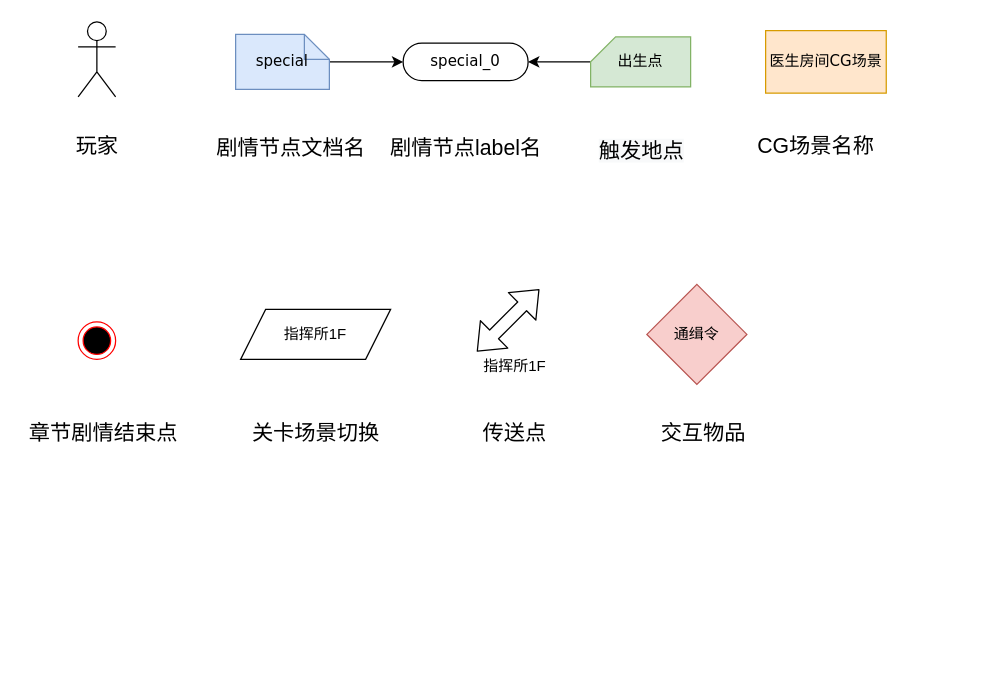
The draw.io diagram page "UML示例图" (1 of 3) of Tools/LevelDesignUML/LevelDesignExample .drawio in kwh3884858/Hippocampus, before the edit. Source tidied: cells renumbered, new cells numbered last; positions are measured from the earlier drawing's top-left corner, leaving out a move shared by most shapes. Both pictures are drawn from the tidied source at 125%, with x=0, y=0 at pixel (21, 21).
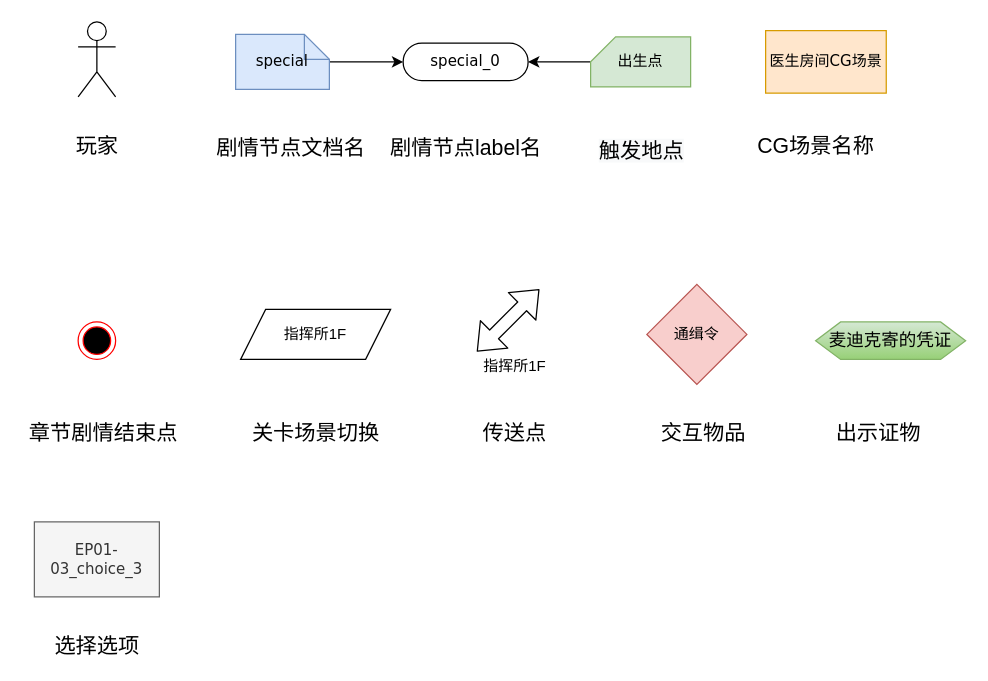
Above is the later version.

Change to the diagram source:
```diff
@@
+    <mxCell id="23" value="&lt;span style=&quot;font-size: 10.5pt&quot;&gt;麦迪克寄的凭证&lt;/span&gt;" style="shape=hexagon;perimeter=hexagonPerimeter2;whiteSpace=wrap;html=1;fixedSize=1;gradientColor=#97d077;fillColor=#d5e8d4;strokeColor=#82b366;" parent="1" vertex="1">
+      <mxGeometry x="635" y="240" width="120" height="30" as="geometry" />
+    </mxCell>
+    <mxCell id="24" value="&lt;span style=&quot;font-size: 17px&quot;&gt;出示证物&lt;/span&gt;" style="text;html=1;align=center;verticalAlign=middle;" parent="1" vertex="1">
+      <mxGeometry x="645" y="320" width="80" height="20" as="geometry" />
+    </mxCell>
+    <mxCell id="25" value="&lt;span style=&quot;font-family: &amp;#34;verdana&amp;#34;&quot;&gt;EP01-03_choice_3&lt;/span&gt;" style="whiteSpace=wrap;html=1;align=center;verticalAlign=middle;fillColor=#f5f5f5;strokeColor=#666666;fontColor=#333333;" parent="1" vertex="1">
+      <mxGeometry x="10" y="400" width="100" height="60" as="geometry" />
+    </mxCell>
+    <mxCell id="26" value="&lt;span style=&quot;font-size: 17px&quot;&gt;选择选项&lt;/span&gt;" style="text;html=1;align=center;verticalAlign=middle;" parent="1" vertex="1">
+      <mxGeometry x="20" y="490" width="80" height="20" as="geometry" />
+    </mxCell>
```
